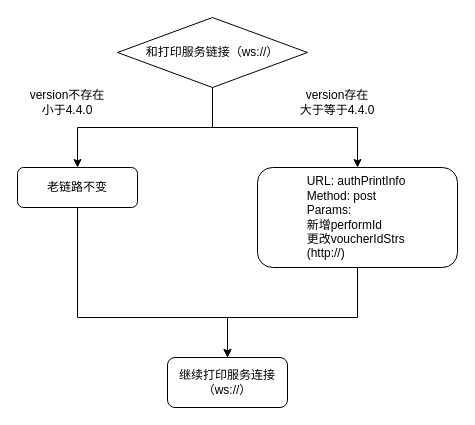
Earlier version of the draw.io diagram job/产销平台-打印链路优化.drawio (fengjiahao/drawio). Source tidied: cells renumbered, new cells numbered last; positions are measured from the earlier drawing's top-left corner, leaving out a move shared by most shapes. Both pictures are drawn from the tidied source at 100%, with x=0, y=0 at pixel (17, 17).
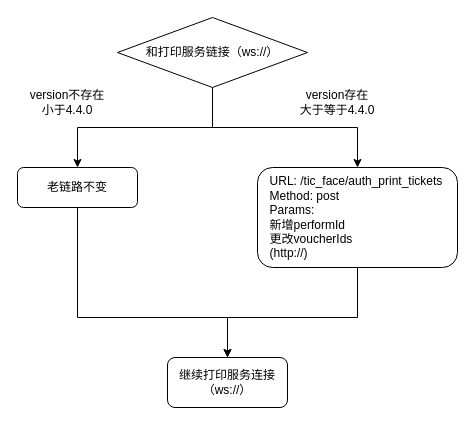
After the change.

Commit message:
更新产销平台-打印链路优化.drawio

What changed in the source:
```diff
@@
 <mxGraphModel>
   <root>
     <mxCell id="0" />
     <mxCell id="1" parent="0" />
     <mxCell id="2" style="rounded=1;whiteSpace=wrap;html=1;" parent="1" vertex="1">
       <mxGeometry x="240" y="150" width="200" height="100" as="geometry" />
     </mxCell>
-    <mxCell id="3" value="&lt;div style=&quot;text-align: left&quot;&gt;&lt;span&gt;URL: authPrintInfo&lt;/span&gt;&lt;/div&gt;&lt;div style=&quot;text-align: left&quot;&gt;&lt;span&gt;Method: post&lt;/span&gt;&lt;/div&gt;&lt;div style=&quot;text-align: left&quot;&gt;Params:&lt;/div&gt;&lt;div style=&quot;text-align: left&quot;&gt;新增performId&lt;/div&gt;&lt;div style=&quot;text-align: left&quot;&gt;更改voucherIdStrs&lt;/div&gt;&lt;div style=&quot;text-align: left&quot;&gt;(http://)&lt;/div&gt;" style="text;html=1;strokeColor=none;fillColor=none;align=center;verticalAlign=middle;whiteSpace=wrap;rounded=0;" parent="1" vertex="1">
+    <mxCell id="3" value="&lt;div style=&quot;text-align: left&quot;&gt;&lt;span&gt;URL: /tic_face/auth_print_tickets&lt;/span&gt;&lt;/div&gt;&lt;div style=&quot;text-align: left&quot;&gt;&lt;span&gt;Method: post&lt;/span&gt;&lt;/div&gt;&lt;div style=&quot;text-align: left&quot;&gt;Params:&lt;/div&gt;&lt;div style=&quot;text-align: left&quot;&gt;新增performId&lt;/div&gt;&lt;div style=&quot;text-align: left&quot;&gt;更改voucherIds&lt;/div&gt;&lt;div style=&quot;text-align: left&quot;&gt;(http://)&lt;/div&gt;" style="text;html=1;strokeColor=none;fillColor=none;align=center;verticalAlign=middle;whiteSpace=wrap;rounded=0;" parent="1" vertex="1">
       <mxGeometry x="240" y="155" width="198" height="90" as="geometry" />
     </mxCell>
     <mxCell id="4" style="edgeStyle=orthogonalEdgeStyle;rounded=0;jettySize=auto;html=1;entryX=0.5;entryY=0;entryDx=0;entryDy=0;" parent="1" edge="1" source="5" target="12">
       <mxGeometry relative="1" as="geometry">
         <Array as="points">
           <mxPoint x="60" y="300" />
           <mxPoint x="210" y="300" />
         </Array>
       </mxGeometry>
     </mxCell>
     <mxCell id="5" value="老链路不变" style="rounded=1;whiteSpace=wrap;html=1;" parent="1" vertex="1">
       <mxGeometry y="150" width="120" height="40" as="geometry" />
     </mxCell>
     <mxCell id="6" style="edgeStyle=orthogonalEdgeStyle;rounded=0;jettySize=auto;html=1;entryX=0.5;entryY=0;entryDx=0;entryDy=0;" parent="1" edge="1" source="8" target="5">
       <mxGeometry relative="1" as="geometry" />
     </mxCell>
     <mxCell id="7" style="edgeStyle=orthogonalEdgeStyle;rounded=0;jettySize=auto;html=1;entryX=0.5;entryY=0;entryDx=0;entryDy=0;" parent="1" edge="1" source="8" target="2">
       <mxGeometry relative="1" as="geometry" />
     </mxCell>
     <mxCell id="8" value="和打印服务链接（ws://）" style="rhombus;whiteSpace=wrap;html=1;" parent="1" vertex="1">
       <mxGeometry x="100" width="190" height="70" as="geometry" />
     </mxCell>
     <mxCell id="9" style="edgeStyle=orthogonalEdgeStyle;rounded=0;jettySize=auto;html=1;entryX=0.5;entryY=0;entryDx=0;entryDy=0;" parent="1" edge="1" source="2" target="12">
       <mxGeometry relative="1" as="geometry">
         <Array as="points">
           <mxPoint x="340" y="300" />
           <mxPoint x="210" y="300" />
         </Array>
       </mxGeometry>
     </mxCell>
     <mxCell id="10" value="version不存在&lt;br&gt;小于4.4.0" style="text;html=1;strokeColor=none;fillColor=none;align=center;verticalAlign=middle;whiteSpace=wrap;rounded=0;" parent="1" vertex="1">
       <mxGeometry y="70" width="100" height="30" as="geometry" />
     </mxCell>
     <mxCell id="11" value="version存在&lt;br&gt;大于等于4.4.0" style="text;html=1;strokeColor=none;fillColor=none;align=center;verticalAlign=middle;whiteSpace=wrap;rounded=0;" parent="1" vertex="1">
       <mxGeometry x="270" y="70" width="100" height="30" as="geometry" />
     </mxCell>
     <mxCell id="12" value="继续打印服务连接（ws://）" style="rounded=1;whiteSpace=wrap;html=1;" parent="1" vertex="1">
       <mxGeometry x="150" y="340" width="120" height="50" as="geometry" />
     </mxCell>
   </root>
 </mxGraphModel>
```
